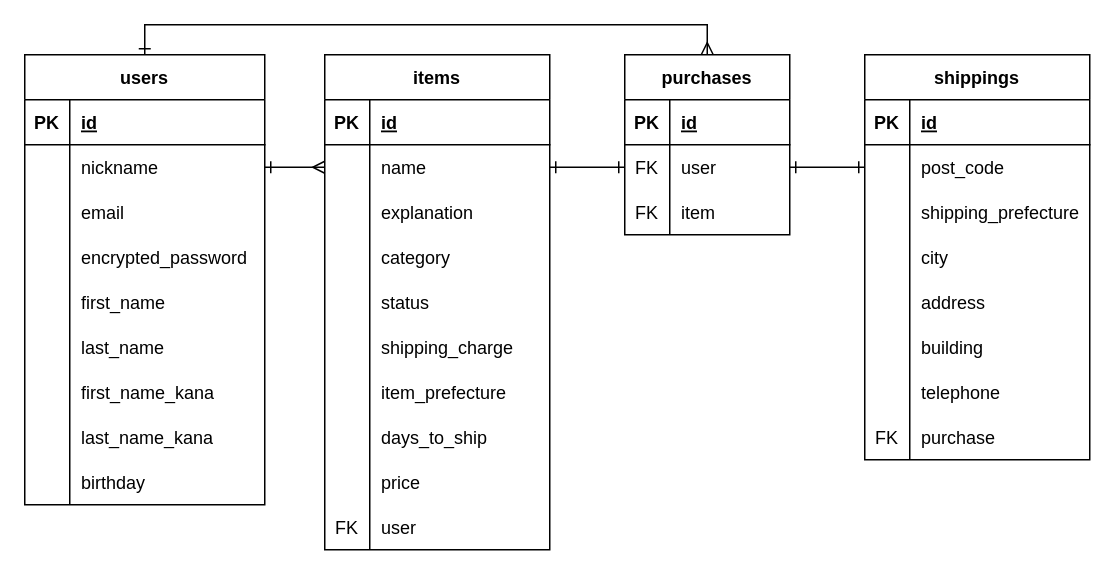
akihitot/furima-36597 keeps this draw.io diagram as db.dio. Above is the earlier version. Source tidied: cells renumbered, new cells numbered last; positions are measured from the earlier drawing's top-left corner, leaving out a move shared by most shapes. Both pictures are drawn from the tidied source at 150%, with x=0, y=0 at pixel (24, 54).
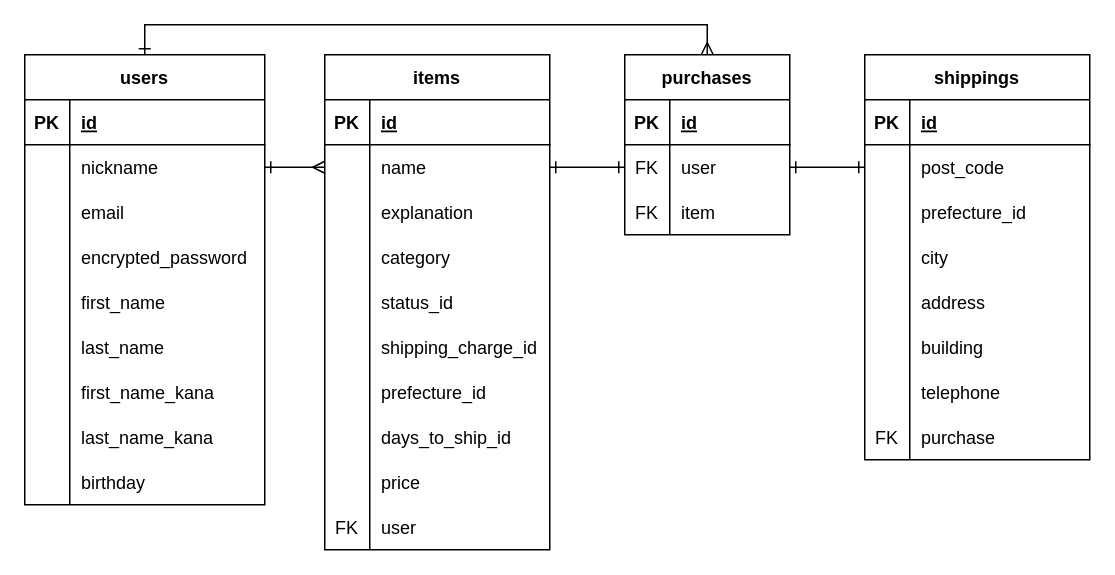
The same diagram, later.

Unchanged cells that the change refers to:
```xml
<mxCell id="44" style="shape=partialRectangle;fillColor=none;top=0;left=0;bottom=0;right=0;" parent="31" vertex="1">
  <mxGeometry y="150" width="150" height="30" as="geometry" />
</mxCell>
<mxCell id="47" style="shape=partialRectangle;fillColor=none;top=0;left=0;bottom=0;right=0;" parent="31" vertex="1">
  <mxGeometry y="180" width="150" height="30" as="geometry" />
</mxCell>
<mxCell id="50" style="shape=partialRectangle;fillColor=none;top=0;left=0;bottom=0;right=0;" parent="31" vertex="1">
  <mxGeometry y="210" width="150" height="30" as="geometry" />
</mxCell>
<mxCell id="53" style="shape=partialRectangle;fillColor=none;top=0;left=0;bottom=0;right=0;" parent="31" vertex="1">
  <mxGeometry y="240" width="150" height="30" as="geometry" />
</mxCell>
<mxCell id="79" style="shape=partialRectangle;fillColor=none;top=0;left=0;bottom=0;right=0;" parent="72" vertex="1">
  <mxGeometry y="90" width="150" height="30" as="geometry" />
</mxCell>
```

What changed in the source:
```diff
@@
-    <mxCell id="46" value="status" style="shape=partialRectangle;fillColor=none;top=0;left=0;bottom=0;right=0;align=left;spacingLeft=6;overflow=hidden;" parent="44" vertex="1">
+    <mxCell id="46" value="status_id" style="shape=partialRectangle;fillColor=none;top=0;left=0;bottom=0;right=0;align=left;spacingLeft=6;overflow=hidden;" parent="44" vertex="1">
       <mxGeometry x="30" width="120" height="30" as="geometry" />
     </mxCell>
@@
-    <mxCell id="49" value="shipping_charge" style="shape=partialRectangle;fillColor=none;top=0;left=0;bottom=0;right=0;align=left;spacingLeft=6;overflow=hidden;" parent="47" vertex="1">
+    <mxCell id="49" value="shipping_charge_id" style="shape=partialRectangle;fillColor=none;top=0;left=0;bottom=0;right=0;align=left;spacingLeft=6;overflow=hidden;" parent="47" vertex="1">
       <mxGeometry x="30" width="120" height="30" as="geometry" />
     </mxCell>
@@
-    <mxCell id="52" value="item_prefecture" style="shape=partialRectangle;fillColor=none;top=0;left=0;bottom=0;right=0;align=left;spacingLeft=6;overflow=hidden;" parent="50" vertex="1">
+    <mxCell id="52" value="prefecture_id" style="shape=partialRectangle;fillColor=none;top=0;left=0;bottom=0;right=0;align=left;spacingLeft=6;overflow=hidden;" parent="50" vertex="1">
       <mxGeometry x="30" width="120" height="30" as="geometry" />
     </mxCell>
@@
-    <mxCell id="55" value="days_to_ship" style="shape=partialRectangle;fillColor=none;top=0;left=0;bottom=0;right=0;align=left;spacingLeft=6;overflow=hidden;" parent="53" vertex="1">
+    <mxCell id="55" value="days_to_ship_id" style="shape=partialRectangle;fillColor=none;top=0;left=0;bottom=0;right=0;align=left;spacingLeft=6;overflow=hidden;" parent="53" vertex="1">
       <mxGeometry x="30" width="120" height="30" as="geometry" />
     </mxCell>
@@
-    <mxCell id="81" value="shipping_prefecture" style="shape=partialRectangle;fillColor=none;top=0;left=0;bottom=0;right=0;align=left;spacingLeft=6;overflow=hidden;" parent="79" vertex="1">
+    <mxCell id="81" value="prefecture_id" style="shape=partialRectangle;fillColor=none;top=0;left=0;bottom=0;right=0;align=left;spacingLeft=6;overflow=hidden;" parent="79" vertex="1">
       <mxGeometry x="30" width="120" height="30" as="geometry" />
     </mxCell>
```
